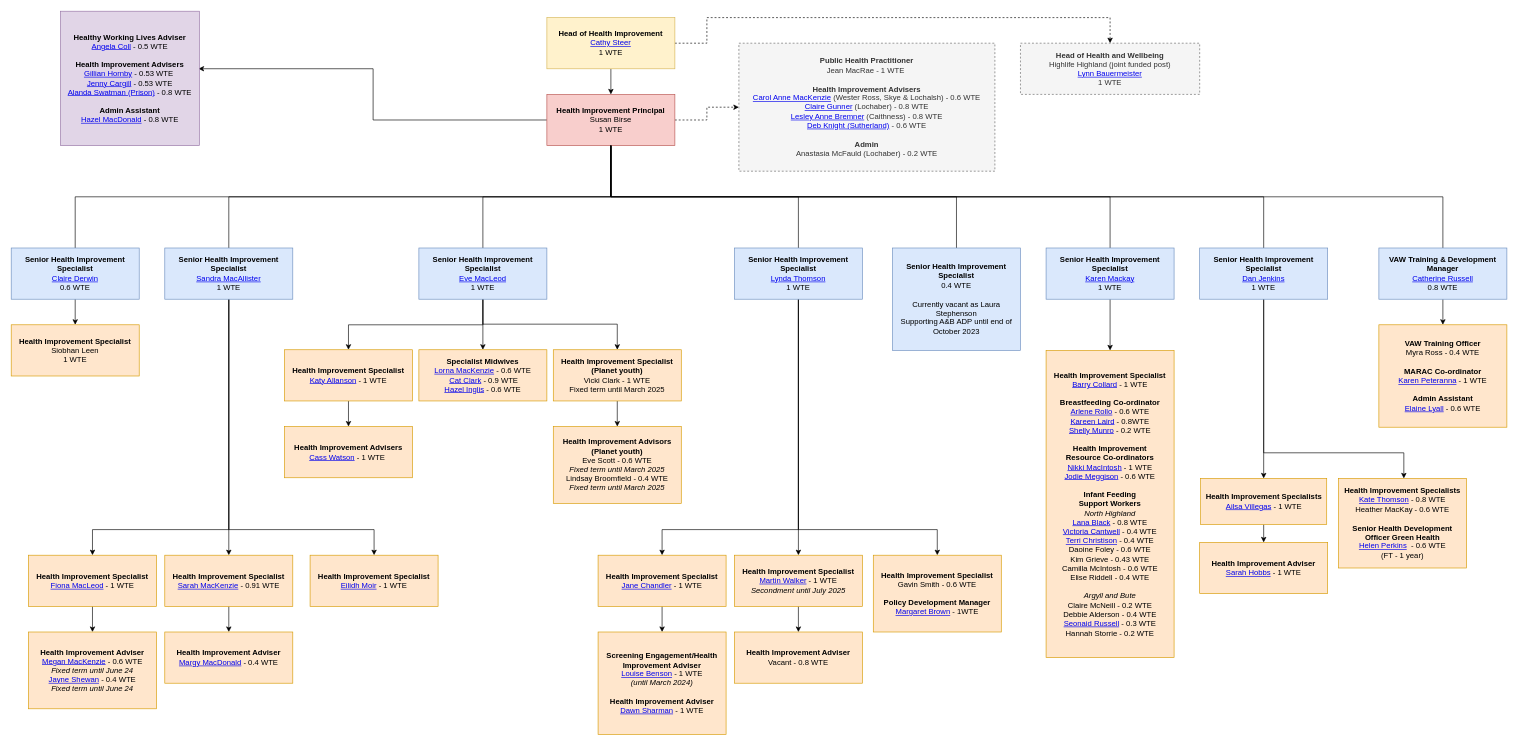
The draw.io diagram Untitled Diagram.drawio in barrycollard/staffOrgChart, before the edit. Source tidied: cells renumbered, new cells numbered last; positions are measured from the earlier drawing's top-left corner, leaving out a move shared by most shapes. Both pictures are drawn from the tidied source at 64%, with x=0, y=0 at pixel (11, 11).
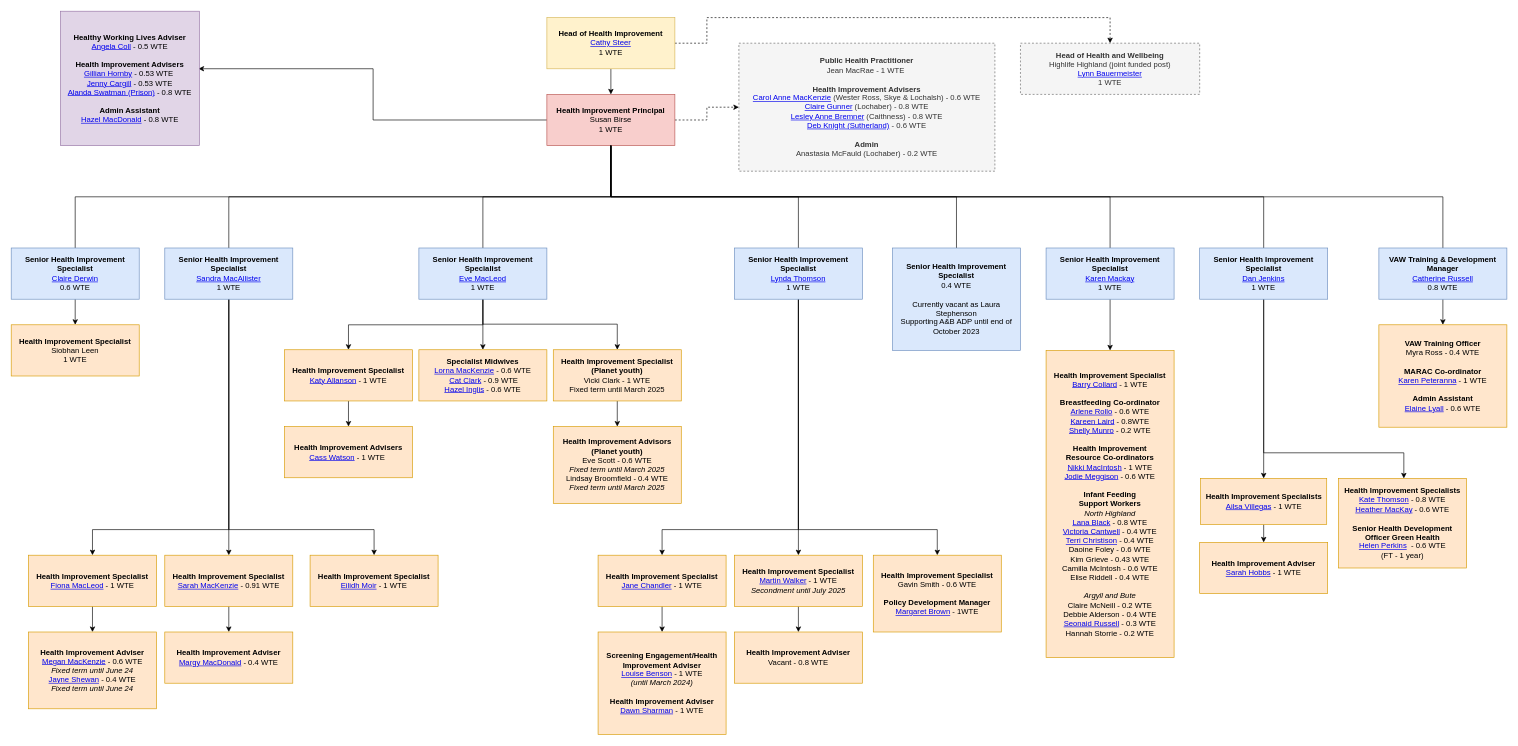
The same diagram, later.

Commit message:
Added Heather Mackay link

Change to the diagram source:
```diff
@@
-    <mxCell id="48" value="&lt;div&gt;&lt;b&gt;Health Improvement Specialists&lt;/b&gt;&lt;/div&gt;&lt;div style=&quot;border-color: var(--border-color);&quot;&gt;&lt;/div&gt;&lt;a href=&quot;https://nhshighland.publichealth.scot.nhs.uk/staff/kate-thomson/&quot;&gt;Kate Thomson&lt;/a&gt;&amp;nbsp;- 0.8 WTE&lt;br&gt;Heather MacKay - 0.6 WTE&lt;br&gt;&lt;br&gt;&lt;div style=&quot;border-color: var(--border-color);&quot;&gt;&lt;b style=&quot;border-color: var(--border-color); background-color: initial;&quot;&gt;Senior Health Development Officer Green Health&lt;/b&gt;&lt;br style=&quot;border-color: var(--border-color);&quot;&gt;&lt;/div&gt;&lt;a href=&quot;https://nhshighland.publichealth.scot.nhs.uk/staff/helen-perkins/&quot;&gt;Helen Perkins&lt;/a&gt;&amp;nbsp;&lt;span style=&quot;background-color: initial;&quot;&gt;&amp;nbsp;- 0.6 WTE&lt;/span&gt;&lt;br&gt;&lt;div style=&quot;border-color: var(--border-color);&quot;&gt;(FT - 1 year)&lt;/div&gt;" style="rounded=0;whiteSpace=wrap;html=1;fillColor=#ffe6cc;strokeColor=#d79b00;" parent="1" vertex="1">
+    <mxCell id="48" value="&lt;div&gt;&lt;b&gt;Health Improvement Specialists&lt;/b&gt;&lt;/div&gt;&lt;div style=&quot;border-color: var(--border-color);&quot;&gt;&lt;/div&gt;&lt;a href=&quot;https://nhshighland.publichealth.scot.nhs.uk/staff/kate-thomson/&quot;&gt;Kate Thomson&lt;/a&gt;&amp;nbsp;- 0.8 WTE&lt;br&gt;&lt;a href=&quot;https://nhshighland.publichealth.scot.nhs.uk/staff/heather-mackay/&quot;&gt;Heather MacKay&lt;/a&gt; - 0.6 WTE&lt;br&gt;&lt;br&gt;&lt;div style=&quot;border-color: var(--border-color);&quot;&gt;&lt;b style=&quot;border-color: var(--border-color); background-color: initial;&quot;&gt;Senior Health Development Officer Green Health&lt;/b&gt;&lt;br style=&quot;border-color: var(--border-color);&quot;&gt;&lt;/div&gt;&lt;a href=&quot;https://nhshighland.publichealth.scot.nhs.uk/staff/helen-perkins/&quot;&gt;Helen Perkins&lt;/a&gt;&amp;nbsp;&lt;span style=&quot;background-color: initial;&quot;&gt;&amp;nbsp;- 0.6 WTE&lt;/span&gt;&lt;br&gt;&lt;div style=&quot;border-color: var(--border-color);&quot;&gt;(FT - 1 year)&lt;/div&gt;" style="rounded=0;whiteSpace=wrap;html=1;fillColor=#ffe6cc;strokeColor=#d79b00;" parent="1" vertex="1">
       <mxGeometry x="2074" y="730" width="200" height="140" as="geometry" />
     </mxCell>
```
